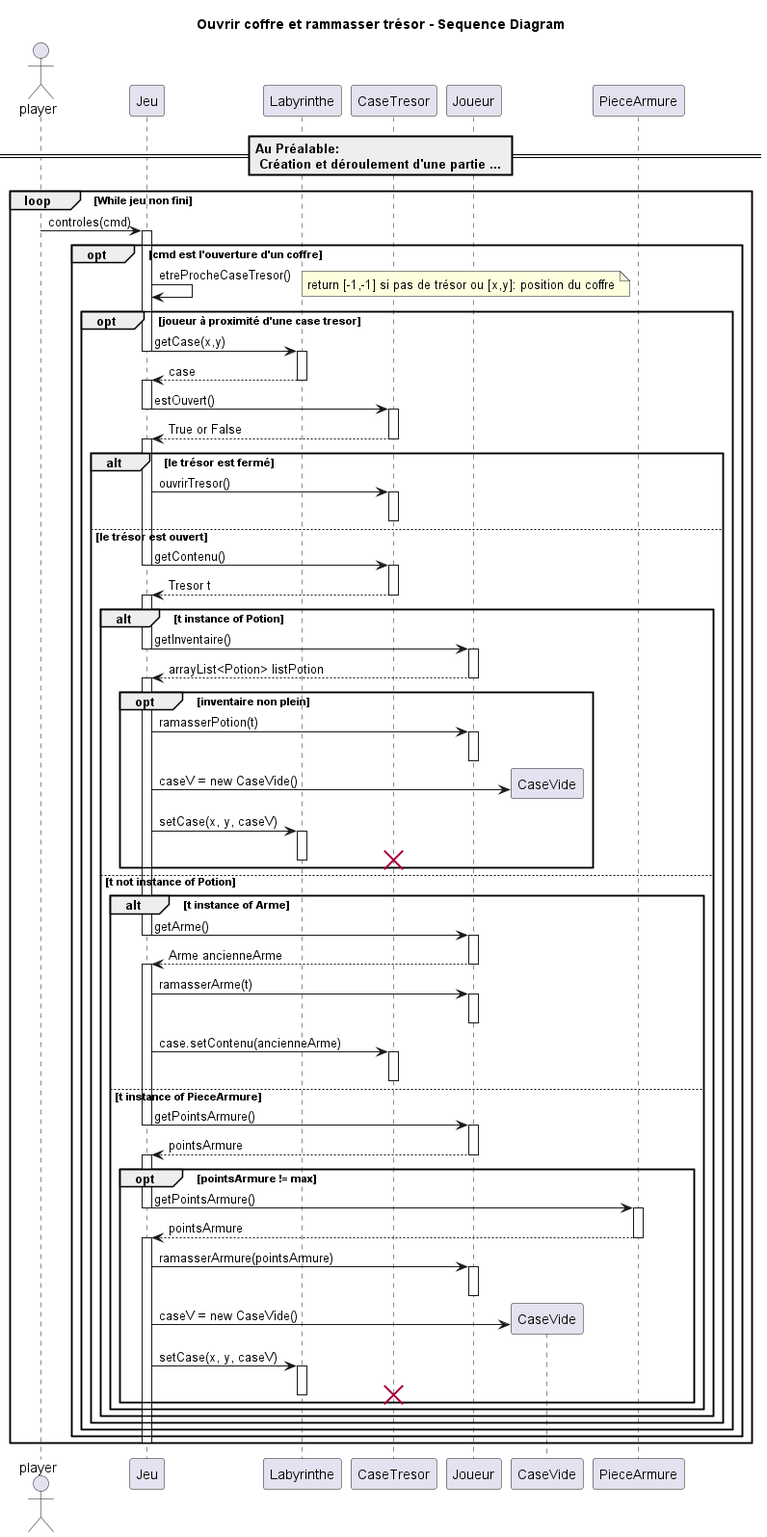
The PlantUML diagram documents/sprint_1/diagramme_sequence/diagramme_ouvrir_coffre.png in rzepka2u/ACL_daedalus, before a commit.
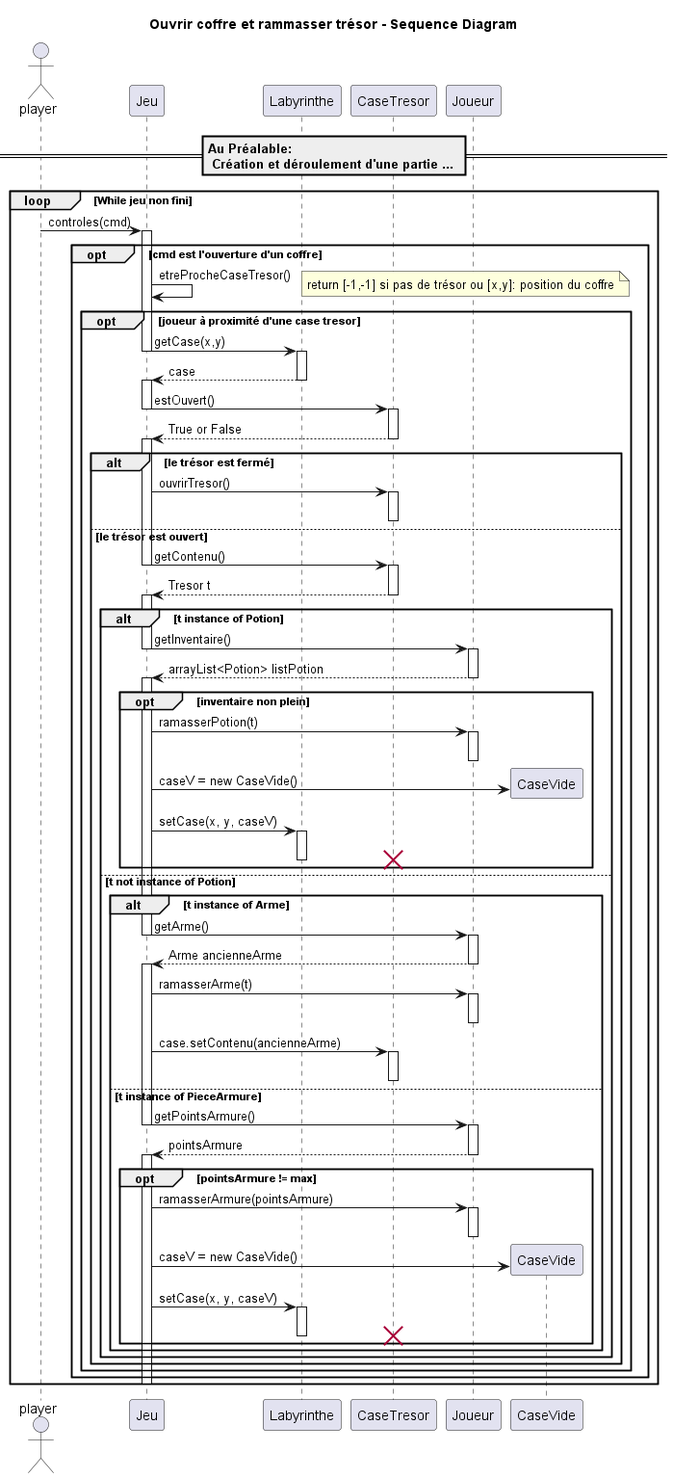
After the commit.

Commit message:
Fin des diagrammes

The edit, as a diff of the source:
```diff
@@ -72,13 +72,7 @@
 						activate Joueur
 						Jeu <-- Joueur: pointsArmure
 						deactivate Joueur
-						activate Jeu
 						opt pointsArmure != max
-							Jeu -> PieceArmure: getPointsArmure()
-							deactivate Jeu
-							activate PieceArmure
-							Jeu <-- PieceArmure: pointsArmure
-							deactivate PieceArmure
 							activate Jeu
 							Jeu -> Joueur: ramasserArmure(pointsArmure)
 							activate Joueur
```
